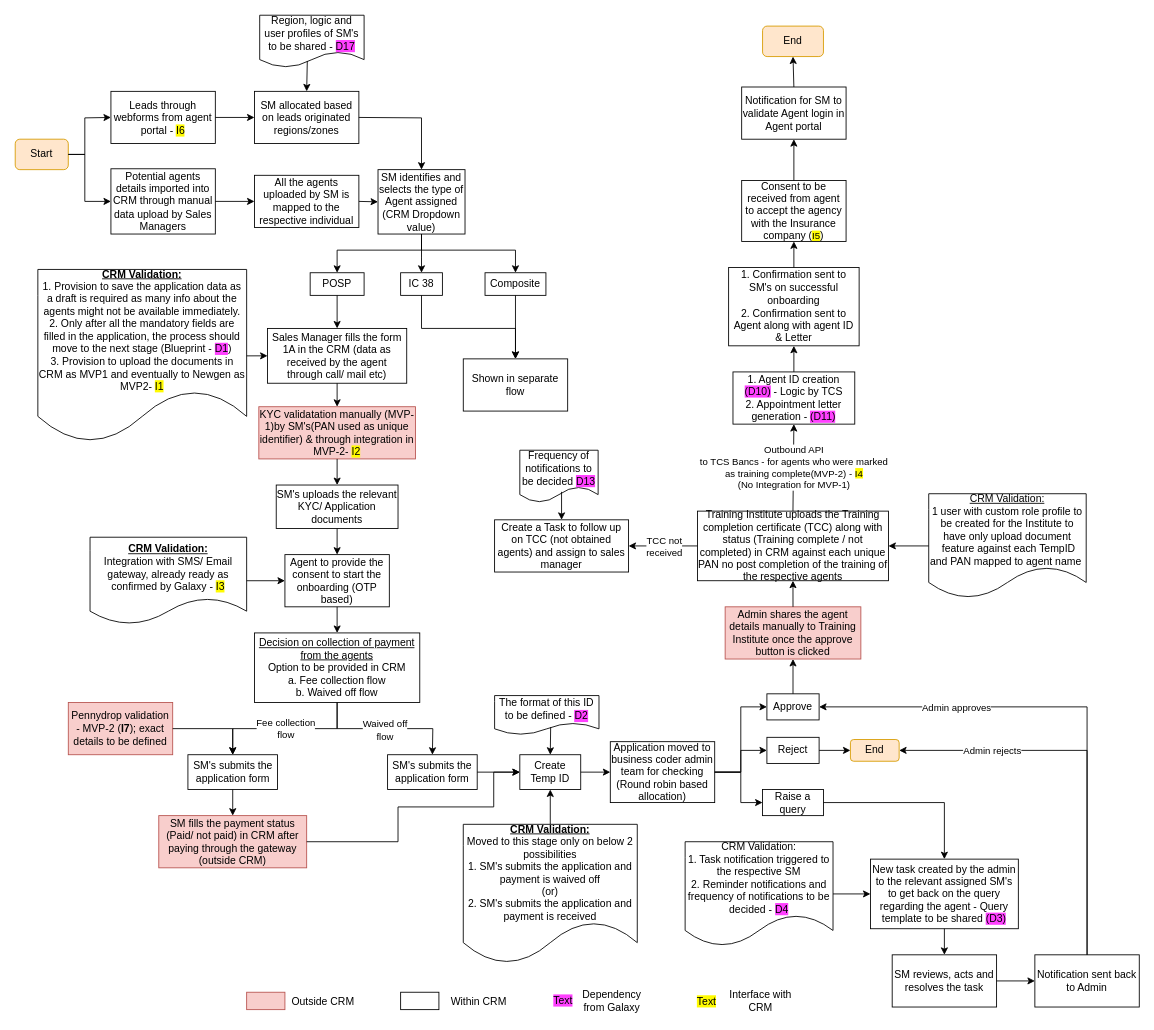
Above: Agent Onboarding POSP MVP 1.drawio in shaileshsreedar/Galaxy (draw.io), before the change. Source tidied: cells renumbered, new cells numbered last; positions are measured from the earlier drawing's top-left corner, leaving out a move shared by most shapes. Both pictures are drawn from the tidied source at 87%, with x=0, y=0 at pixel (15, 15).
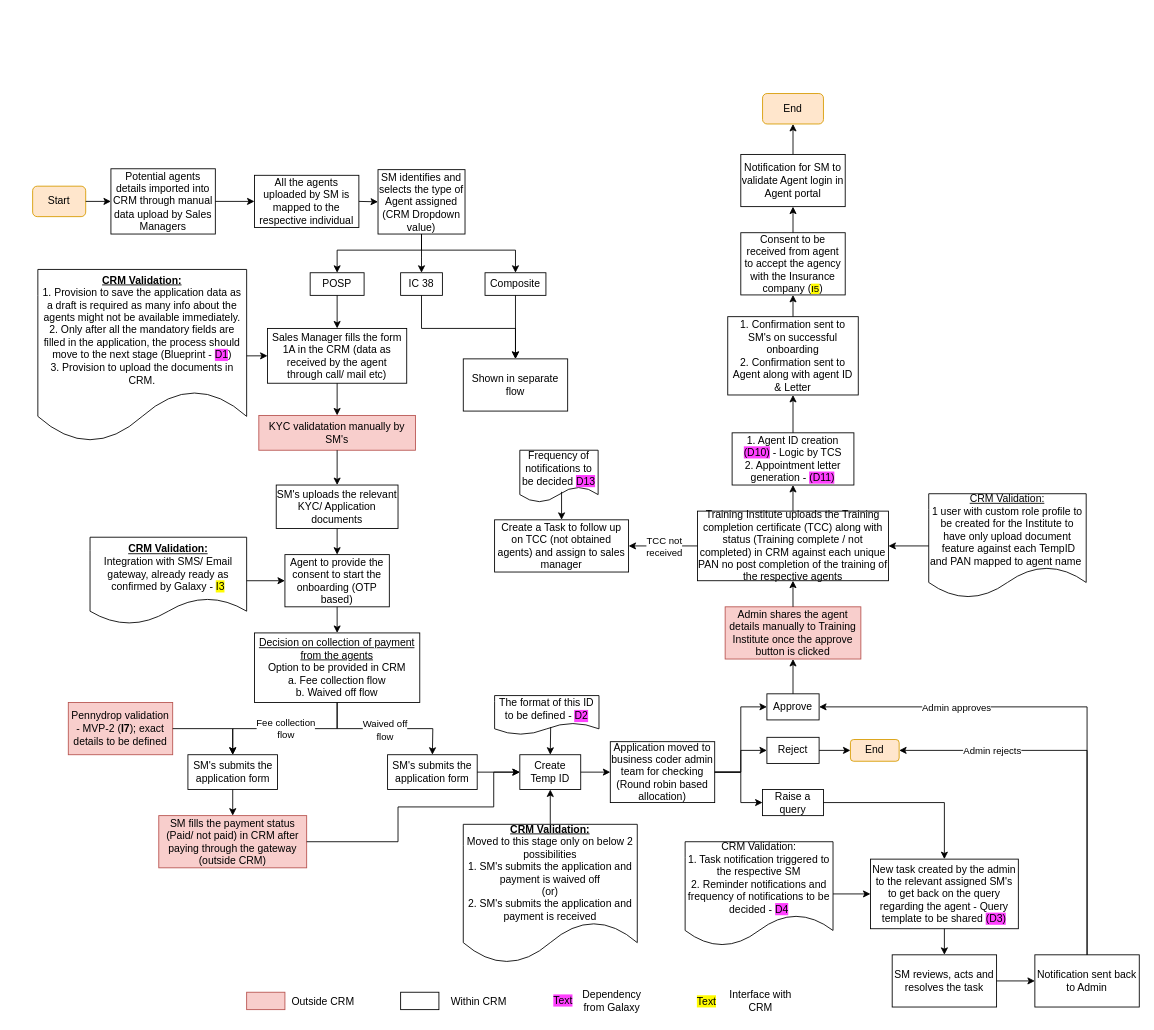
After the change.

Unchanged cells that the change refers to:
```xml
<mxCell id="5" value="SM identifies and selects the type of Agent assigned (CRM Dropdown value)" style="rounded=0;whiteSpace=wrap;html=1;" parent="1" vertex="1">
  <mxGeometry x="417" y="177.5" width="100" height="74" as="geometry" />
</mxCell>
<mxCell id="15" value="Potential agents details imported into CRM through manual data upload by Sales Managers" style="rounded=0;whiteSpace=wrap;html=1;" parent="1" vertex="1">
  <mxGeometry x="110" y="176.5" width="120" height="75" as="geometry" />
</mxCell>
<mxCell id="75" style="endArrow=classic;html=1;rounded=0;entryX=0.5;entryY=1;entryDx=0;entryDy=0;exitX=0.5;exitY=0;exitDx=0;exitDy=0;" parent="1" edge="1" source="70" target="74">
  <mxGeometry relative="1" as="geometry" />
</mxCell>
```

Change to the diagram source:
```diff
@@
     <mxCell id="2" value="Start" style="rounded=1;whiteSpace=wrap;html=1;fillColor=#ffe6cc;strokeColor=#d79b00;" parent="1" vertex="1">
-      <mxGeometry y="142.5" width="61" height="35" as="geometry" />
+      <mxGeometry x="20" y="196.5" width="61" height="35" as="geometry" />
     </mxCell>
-    <mxCell id="3" style="endArrow=classic;html=1;rounded=0;exitX=1;exitY=0.5;exitDx=0;exitDy=0;entryX=0;entryY=0.5;entryDx=0;entryDy=0;" parent="1" edge="1" source="2" target="15">
-      <mxGeometry relative="1" as="geometry">
-        <Array as="points">
-          <mxPoint x="80" y="160" />
-          <mxPoint x="80" y="214" />
-        </Array>
-      </mxGeometry>
-    </mxCell>
@@
     <mxCell id="14" value="End" style="rounded=1;whiteSpace=wrap;html=1;fillColor=#ffe6cc;strokeColor=#d79b00;" parent="1" vertex="1">
-      <mxGeometry x="859" y="12.5" width="70" height="35" as="geometry" />
+      <mxGeometry x="859" y="90" width="70" height="35" as="geometry" />
     </mxCell>
@@
-    <mxCell id="19" value="KYC validatation manually (MVP-1)by SM's(PAN used as unique identifier) &amp;amp; through integration in MVP-2-&amp;nbsp;&lt;span style=&quot;background-color: rgb(255, 251, 0);&quot;&gt;I2&lt;/span&gt;" style="rounded=0;whiteSpace=wrap;html=1;fillColor=#f8cecc;strokeColor=#b85450;" parent="1" vertex="1">
-      <mxGeometry x="280" y="450" width="180" height="60" as="geometry" />
+    <mxCell id="19" value="KYC validatation manually by SM's" style="rounded=0;whiteSpace=wrap;html=1;fillColor=#f8cecc;strokeColor=#b85450;" parent="1" vertex="1">
+      <mxGeometry x="280" y="460" width="180" height="40" as="geometry" />
     </mxCell>
@@
-    <mxCell id="21" value="&lt;b&gt;&lt;u&gt;CRM Validation:&lt;/u&gt;&lt;/b&gt;&lt;div&gt;1. Provision to save the application data as a draft is required as many info about the agents might not be available immediately.&lt;/div&gt;&lt;div&gt;2. Only after all the mandatory fields are filled in the application, the process should move to the next stage (Blueprint - &lt;span style=&quot;background-color: rgb(255, 64, 255);&quot;&gt;D1&lt;/span&gt;)&lt;/div&gt;&lt;div&gt;3. Provision to upload the documents in CRM as MVP1 and eventually to Newgen as MVP2- &lt;span style=&quot;background-color: rgb(255, 251, 0);&quot;&gt;I1&lt;/span&gt;&lt;/div&gt;" style="shape=document;whiteSpace=wrap;html=1;boundedLbl=1;" parent="1" vertex="1">
+    <mxCell id="21" value="&lt;b&gt;&lt;u&gt;CRM Validation:&lt;/u&gt;&lt;/b&gt;&lt;div&gt;1. Provision to save the application data as a draft is required as many info about the agents might not be available immediately.&lt;/div&gt;&lt;div&gt;2. Only after all the mandatory fields are filled in the application, the process should move to the next stage (Blueprint - &lt;span style=&quot;background-color: rgb(255, 64, 255);&quot;&gt;D1&lt;/span&gt;)&lt;/div&gt;&lt;div&gt;3. Provision to upload the documents in CRM.&lt;/div&gt;" style="shape=document;whiteSpace=wrap;html=1;boundedLbl=1;" parent="1" vertex="1">
       <mxGeometry x="26" y="292.2" width="240" height="198.7" as="geometry" />
     </mxCell>
@@
     <mxCell id="74" value="1. Agent ID creation &lt;span style=&quot;background-color: rgb(255, 64, 255);&quot;&gt;(D10)&lt;/span&gt; - Logic by TCS&lt;div&gt;2. Appointment letter generation - &lt;span style=&quot;background-color: rgb(255, 64, 255);&quot;&gt;(D11)&lt;/span&gt;&lt;/div&gt;" style="rounded=0;whiteSpace=wrap;html=1;" parent="1" vertex="1">
-      <mxGeometry x="825" y="410" width="140" height="60" as="geometry" />
+      <mxGeometry x="824" y="480" width="140" height="60" as="geometry" />
     </mxCell>
@@
-    <mxCell id="76" value="Outbound API&lt;div&gt;to TCS Bancs - for agents who were marked&lt;/div&gt;&lt;div&gt;as training complete(MVP-2) - &lt;span style=&quot;background-color: rgb(255, 251, 0);&quot;&gt;I4&lt;/span&gt;&lt;/div&gt;&lt;div&gt;&lt;span style=&quot;background-color: rgb(255, 255, 255);&quot;&gt;(No Integration for MVP-1)&lt;/span&gt;&lt;/div&gt;" style="edgeLabel;html=1;align=center;verticalAlign=middle;" parent="75" vertex="1">
-      <mxGeometry x="0.01" relative="1" as="geometry" />
-    </mxCell>
     <mxCell id="77" value="1. Confirmation sent to SM's on successful onboarding&lt;div&gt;2. Confirmation sent to Agent along with agent ID &amp;amp; Letter&lt;/div&gt;" style="rounded=0;whiteSpace=wrap;html=1;" parent="1" vertex="1">
-      <mxGeometry x="820" y="290" width="150" height="90" as="geometry" />
+      <mxGeometry x="819" y="346.5" width="150" height="90" as="geometry" />
     </mxCell>
     <mxCell id="78" value="Notification for SM to validate Agent login in Agent portal" style="rounded=0;whiteSpace=wrap;html=1;" parent="1" vertex="1">
-      <mxGeometry x="835" y="82.5" width="120" height="60" as="geometry" />
+      <mxGeometry x="834" y="160" width="120" height="60" as="geometry" />
     </mxCell>
@@
     <mxCell id="84" value="Consent to be received from agent to accept the agency with the Insurance company (&lt;span style=&quot;font-size: 11px; text-wrap: nowrap; background-color: rgb(255, 251, 0);&quot;&gt;I5&lt;/span&gt;)" style="rounded=0;whiteSpace=wrap;html=1;" parent="1" vertex="1">
-      <mxGeometry x="835" y="190" width="120" height="70" as="geometry" />
+      <mxGeometry x="834" y="250" width="120" height="71.5" as="geometry" />
     </mxCell>
@@
-    <mxCell id="92" value="Leads through webforms from agent portal -&amp;nbsp;&lt;span style=&quot;background-color: rgb(255, 251, 0);&quot;&gt;I6&lt;/span&gt;" style="rounded=0;whiteSpace=wrap;html=1;" parent="1" vertex="1">
-      <mxGeometry x="110" y="87.5" width="120" height="60" as="geometry" />
-    </mxCell>
-    <mxCell id="93" value="SM allocated based on leads originated regions/zones" style="rounded=0;whiteSpace=wrap;html=1;" parent="1" vertex="1">
-      <mxGeometry x="275" y="87.5" width="120" height="60" as="geometry" />
-    </mxCell>
-    <mxCell id="94" style="endArrow=classic;html=1;rounded=0;exitX=1;exitY=0.5;exitDx=0;exitDy=0;entryX=0;entryY=0.5;entryDx=0;entryDy=0;" parent="1" edge="1" source="92" target="93">
-      <mxGeometry relative="1" as="geometry" />
-    </mxCell>
-    <mxCell id="95" style="endArrow=classic;html=1;rounded=0;exitX=1;exitY=0.5;exitDx=0;exitDy=0;entryX=0.5;entryY=0;entryDx=0;entryDy=0;" parent="1" edge="1" source="93" target="5">
-      <mxGeometry relative="1" as="geometry">
-        <Array as="points">
-          <mxPoint x="467" y="118" />
-        </Array>
-      </mxGeometry>
-    </mxCell>
-    <mxCell id="96" style="endArrow=classic;html=1;rounded=0;exitX=1;exitY=0.5;exitDx=0;exitDy=0;entryX=0;entryY=0.5;entryDx=0;entryDy=0;" parent="1" edge="1" source="2" target="92">
-      <mxGeometry relative="1" as="geometry">
-        <Array as="points">
-          <mxPoint x="80" y="160" />
-          <mxPoint x="80" y="118" />
-        </Array>
-      </mxGeometry>
-    </mxCell>
-    <mxCell id="97" value="Region, logic and user profiles of SM's to be shared - &lt;span style=&quot;background-color: rgb(255, 64, 255);&quot;&gt;D17&lt;/span&gt;" style="shape=document;whiteSpace=wrap;html=1;boundedLbl=1;" parent="1" vertex="1">
-      <mxGeometry x="281" width="120" height="60" as="geometry" />
-    </mxCell>
-    <mxCell id="98" style="endArrow=classic;html=1;rounded=0;entryX=0.5;entryY=0;entryDx=0;entryDy=0;exitX=0.456;exitY=0.879;exitDx=0;exitDy=0;exitPerimeter=0;" parent="1" edge="1" source="97" target="93">
-      <mxGeometry relative="1" as="geometry" />
-    </mxCell>
@@
+    <mxCell id="3" style="endArrow=classic;html=1;rounded=0;exitX=1;exitY=0.5;exitDx=0;exitDy=0;entryX=0;entryY=0.5;entryDx=0;entryDy=0;" parent="1" edge="1" source="2" target="15">
+      <mxGeometry relative="1" as="geometry" />
+    </mxCell>
```
